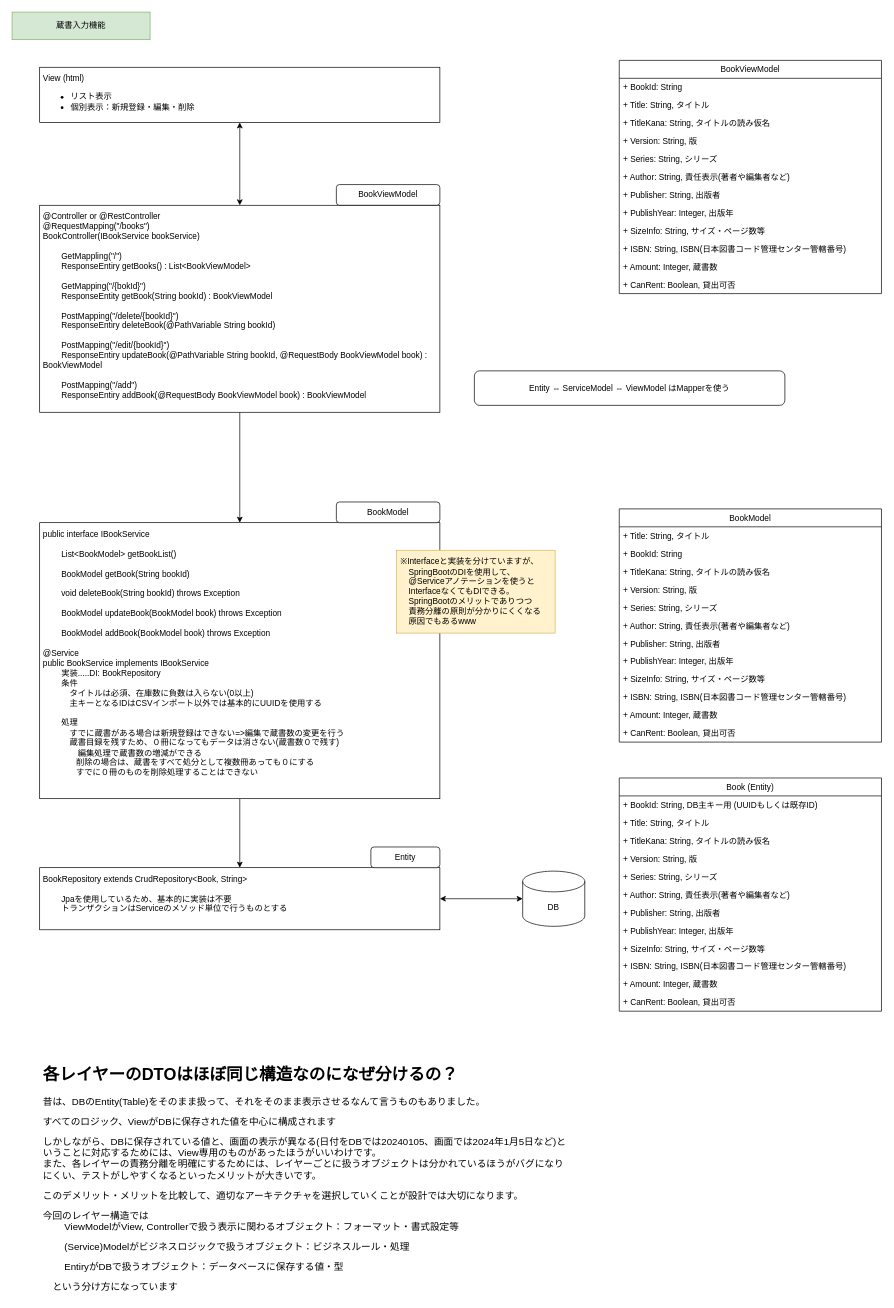
Above: page "詳細設計" (4 of 5) of documents/練習用設計.drawio in mkuwan/spring-basic (draw.io), before the change. Source tidied: cells renumbered, new cells numbered last; positions are measured from the earlier drawing's top-left corner, leaving out a move shared by most shapes. Both pictures are drawn from the tidied source at 69%, with x=0, y=0 at pixel (12, 12).
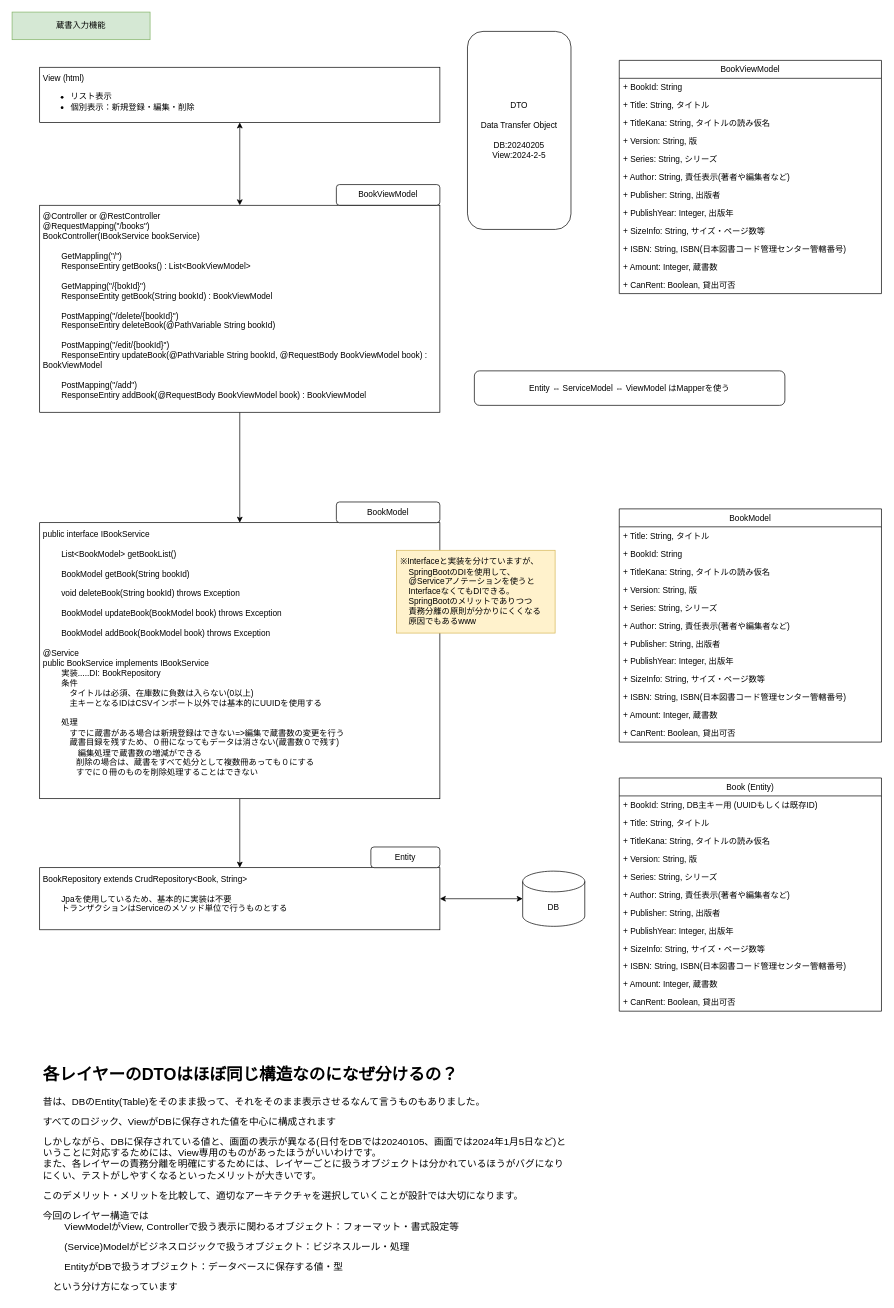
Above is the later version.

Change to the diagram source:
```diff
@@
-    <mxCell id="55" value="&lt;h1&gt;各レイヤーのDTOはほぼ同じ構造なのになぜ分けるの？&lt;/h1&gt;&lt;p&gt;&lt;font style=&quot;font-size: 14px;&quot;&gt;昔は、DBのEntity(Table)をそのまま扱って、それをそのまま表示させるなんて言うものもありました。&lt;/font&gt;&lt;/p&gt;&lt;p&gt;&lt;span style=&quot;font-size: 14px;&quot;&gt;すべてのロジック、ViewがDBに保存された値を中心に構成されます&lt;/span&gt;&lt;/p&gt;&lt;p&gt;&lt;span style=&quot;font-size: 14px;&quot;&gt;しかしながら、DBに保存されている値と、画面の表示が異なる(日付をDBでは20240105、画面では2024年1月5日など)ということに対応するためには、View専用のものがあったほうがいいわけです。&lt;br&gt;また、各レイヤーの責務分離を明確にするためには、レイヤーごとに扱うオブジェクトは分かれているほうがバグになりにくい、テストがしやすくなるといったメリットが大きいです。&lt;/span&gt;&lt;/p&gt;&lt;p&gt;&lt;span style=&quot;font-size: 14px;&quot;&gt;このデメリット・メリットを比較して、適切なアーキテクチャを選択していくことが設計では大切になります。&lt;/span&gt;&lt;/p&gt;&lt;p&gt;&lt;span style=&quot;font-size: 14px;&quot;&gt;今回のレイヤー構造では&lt;br&gt;&lt;span style=&quot;white-space: pre;&quot;&gt;&#9;&lt;/span&gt;ViewModelがView, Controllerで扱う表示に関わるオブジェクト：フォーマット・書式設定等&lt;/span&gt;&lt;/p&gt;&lt;p&gt;&lt;span style=&quot;font-size: 14px;&quot;&gt;&lt;span style=&quot;white-space: pre;&quot;&gt;&#9;&lt;/span&gt;(Service)Modelがビジネスロジックで扱うオブジェクト：ビジネスルール・処理&lt;/span&gt;&lt;/p&gt;&lt;p&gt;&lt;span style=&quot;font-size: 14px;&quot;&gt;&lt;span style=&quot;white-space: pre;&quot;&gt;&#9;&lt;/span&gt;EntiryがDBで扱うオブジェクト：データベースに保存する値・型&lt;/span&gt;&lt;/p&gt;&lt;p&gt;&lt;span style=&quot;font-size: 14px;&quot;&gt;　という分け方になっています&lt;/span&gt;&lt;/p&gt;&lt;p&gt;&lt;span style=&quot;font-size: 14px;&quot;&gt;&lt;br&gt;&lt;/span&gt;&lt;/p&gt;" style="text;html=1;strokeColor=none;fillColor=none;spacing=5;spacingTop=-20;whiteSpace=wrap;overflow=hidden;rounded=0;" parent="1" vertex="1">
+    <mxCell id="55" value="&lt;h1&gt;各レイヤーのDTOはほぼ同じ構造なのになぜ分けるの？&lt;/h1&gt;&lt;p&gt;&lt;font style=&quot;font-size: 14px;&quot;&gt;昔は、DBのEntity(Table)をそのまま扱って、それをそのまま表示させるなんて言うものもありました。&lt;/font&gt;&lt;/p&gt;&lt;p&gt;&lt;span style=&quot;font-size: 14px;&quot;&gt;すべてのロジック、ViewがDBに保存された値を中心に構成されます&lt;/span&gt;&lt;/p&gt;&lt;p&gt;&lt;span style=&quot;font-size: 14px;&quot;&gt;しかしながら、DBに保存されている値と、画面の表示が異なる(日付をDBでは20240105、画面では2024年1月5日など)ということに対応するためには、View専用のものがあったほうがいいわけです。&lt;br&gt;また、各レイヤーの責務分離を明確にするためには、レイヤーごとに扱うオブジェクトは分かれているほうがバグになりにくい、テストがしやすくなるといったメリットが大きいです。&lt;/span&gt;&lt;/p&gt;&lt;p&gt;&lt;span style=&quot;font-size: 14px;&quot;&gt;このデメリット・メリットを比較して、適切なアーキテクチャを選択していくことが設計では大切になります。&lt;/span&gt;&lt;/p&gt;&lt;p&gt;&lt;span style=&quot;font-size: 14px;&quot;&gt;今回のレイヤー構造では&lt;br&gt;&lt;span style=&quot;white-space: pre;&quot;&gt;&#9;&lt;/span&gt;ViewModelがView, Controllerで扱う表示に関わるオブジェクト：フォーマット・書式設定等&lt;/span&gt;&lt;/p&gt;&lt;p&gt;&lt;span style=&quot;font-size: 14px;&quot;&gt;&lt;span style=&quot;white-space: pre;&quot;&gt;&#9;&lt;/span&gt;(Service)Modelがビジネスロジックで扱うオブジェクト：ビジネスルール・処理&lt;/span&gt;&lt;/p&gt;&lt;p&gt;&lt;span style=&quot;font-size: 14px;&quot;&gt;&lt;span style=&quot;white-space: pre;&quot;&gt;&#9;&lt;/span&gt;EntityがDBで扱うオブジェクト：データベースに保存する値・型&lt;/span&gt;&lt;/p&gt;&lt;p&gt;&lt;span style=&quot;font-size: 14px;&quot;&gt;　という分け方になっています&lt;/span&gt;&lt;/p&gt;&lt;p&gt;&lt;span style=&quot;font-size: 14px;&quot;&gt;&lt;br&gt;&lt;/span&gt;&lt;/p&gt;" style="text;html=1;strokeColor=none;fillColor=none;spacing=5;spacingTop=-20;whiteSpace=wrap;overflow=hidden;rounded=0;" parent="1" vertex="1">
       <mxGeometry x="40" y="1520" width="770" height="340" as="geometry" />
     </mxCell>
@@
+    <mxCell id="57" value="DTO&lt;br&gt;&lt;br&gt;Data Transfer Object&lt;br&gt;&lt;br&gt;DB:20240205&lt;br&gt;View:2024-2-5" style="rounded=1;whiteSpace=wrap;html=1;" parent="1" vertex="1">
+      <mxGeometry x="660" y="28" width="150" height="287" as="geometry" />
+    </mxCell>
```
